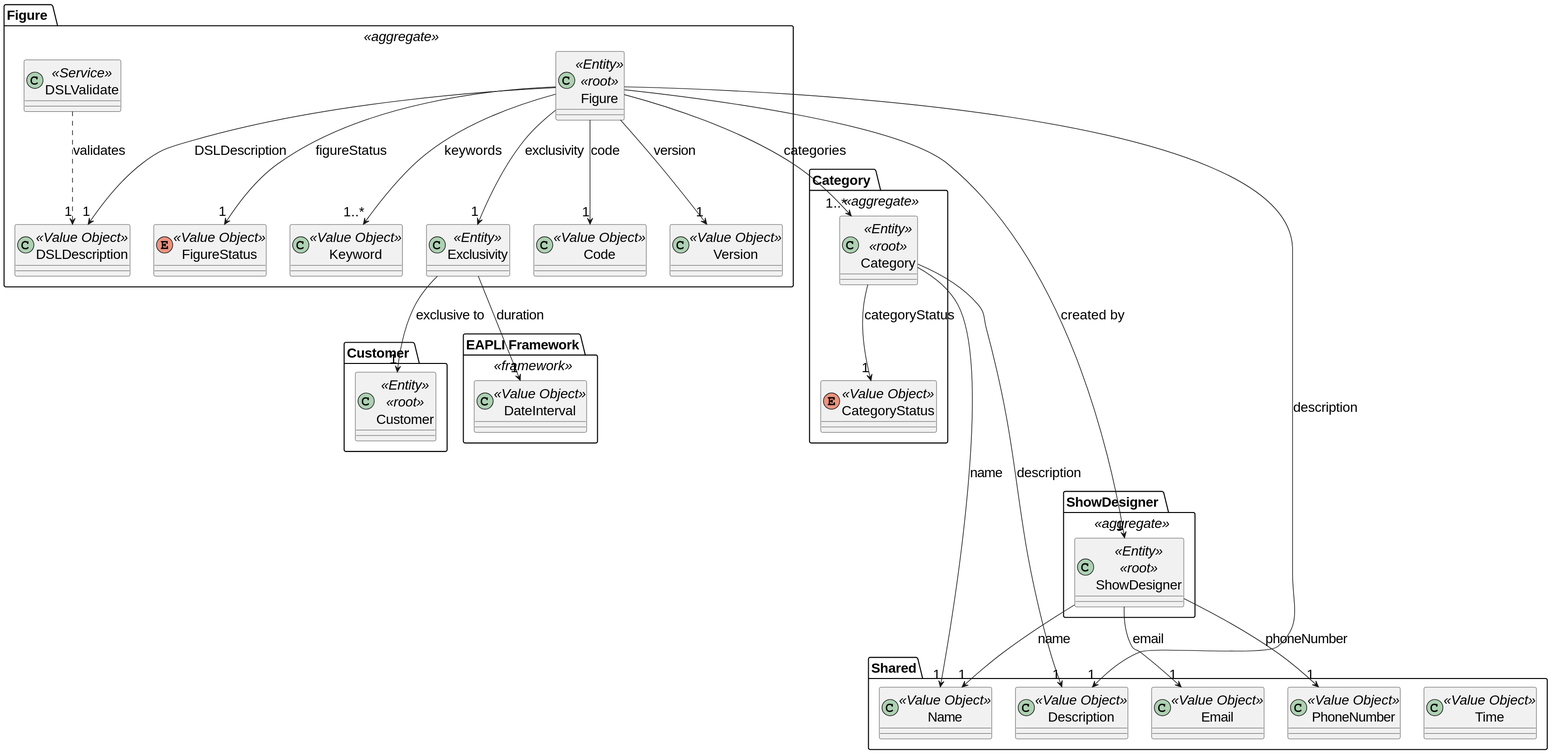
The PlantUML diagram docs/global_artifacts/analysis/images/domain_model_figure.svg in diogoveirospro/sem4pi-2024-2025-sem4pi_2024_2025_g44, before a commit.
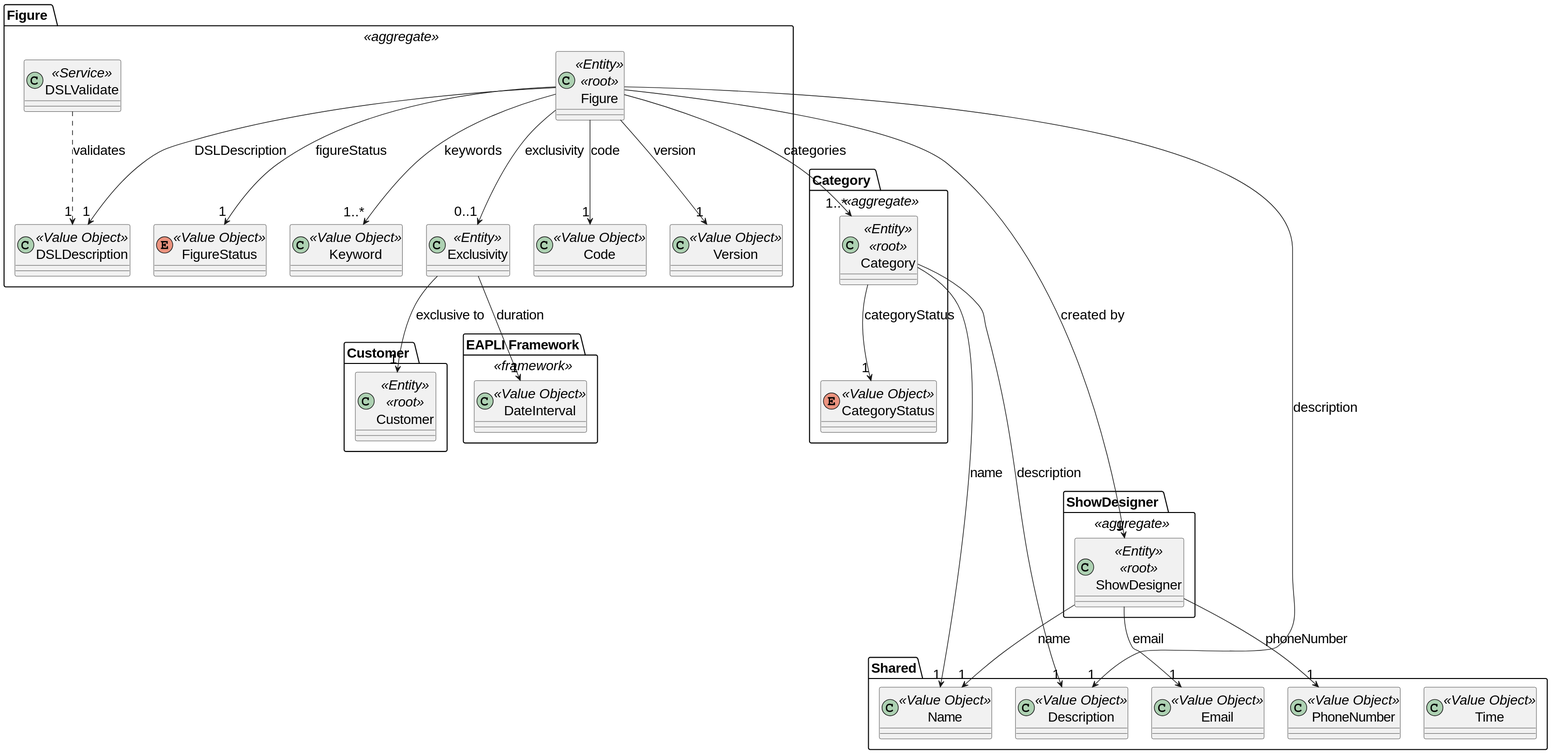
Above is the later version.

Commit message:
#6 #21 #22 #23 Correction of the cardinality of the link between the figure and the exclusivity in some models.

The edit, as a diff of the source:
```diff
@@ -36,7 +36,7 @@
 
     Figure --> "1" DSLDescription: DSLDescription
     Figure --> "1..*" Keyword: keywords
-    Figure --> "1" Exclusivity: exclusivity
+    Figure --> "0..1" Exclusivity: exclusivity
     Figure --> "1" Code: code
     Figure --> "1" Version: version
     Figure --> "1" FigureStatus: figureStatus
```
